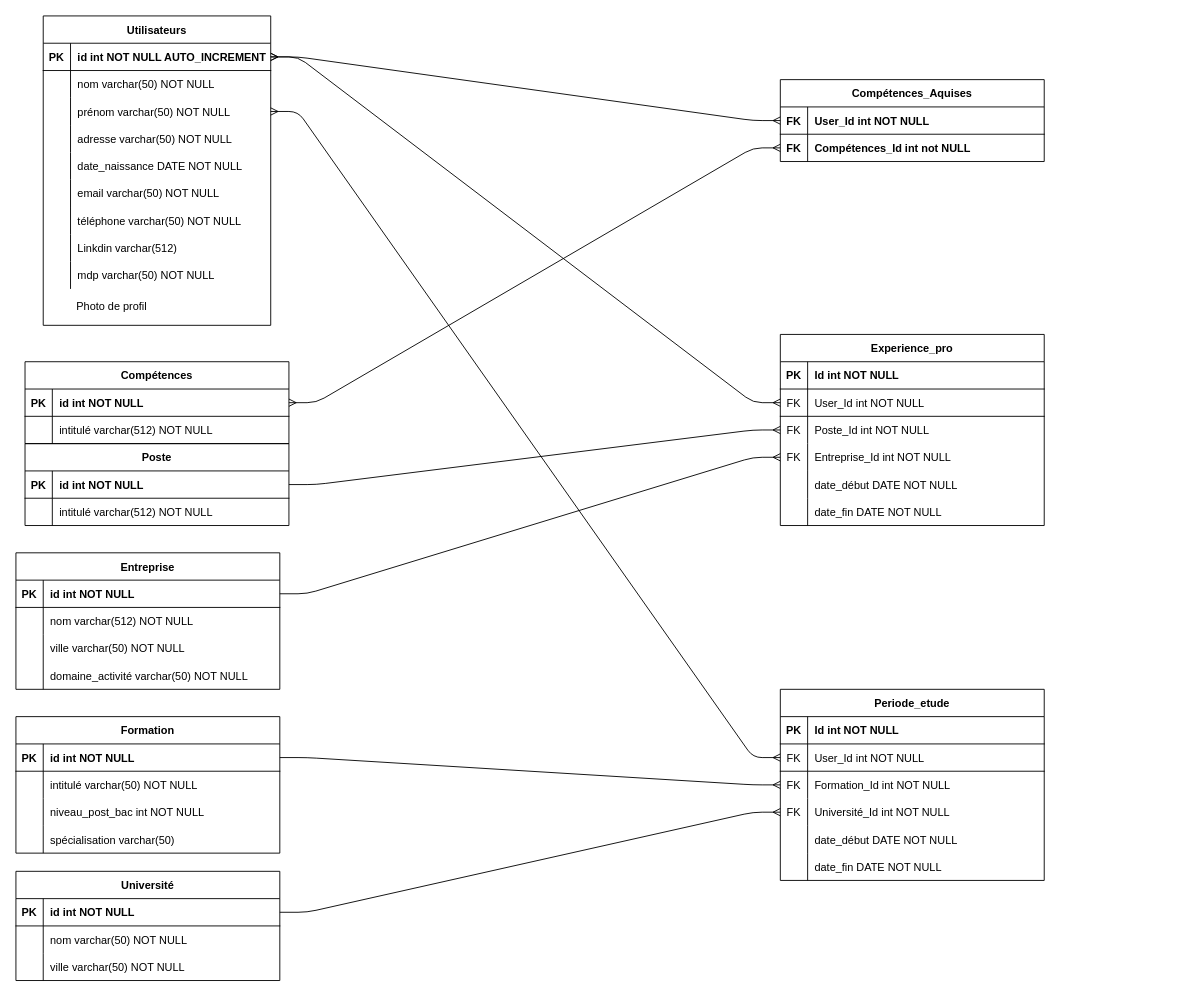
The draw.io diagram page "Page-1" (1 of 2) of Rendu/Table.drawio in Hendercraft/CVhub, before the edit. Source tidied: cells renumbered, new cells numbered last; positions are measured from the earlier drawing's top-left corner, leaving out a move shared by most shapes. Both pictures are drawn from the tidied source at 91%, with x=0, y=0 at pixel (15, 15).
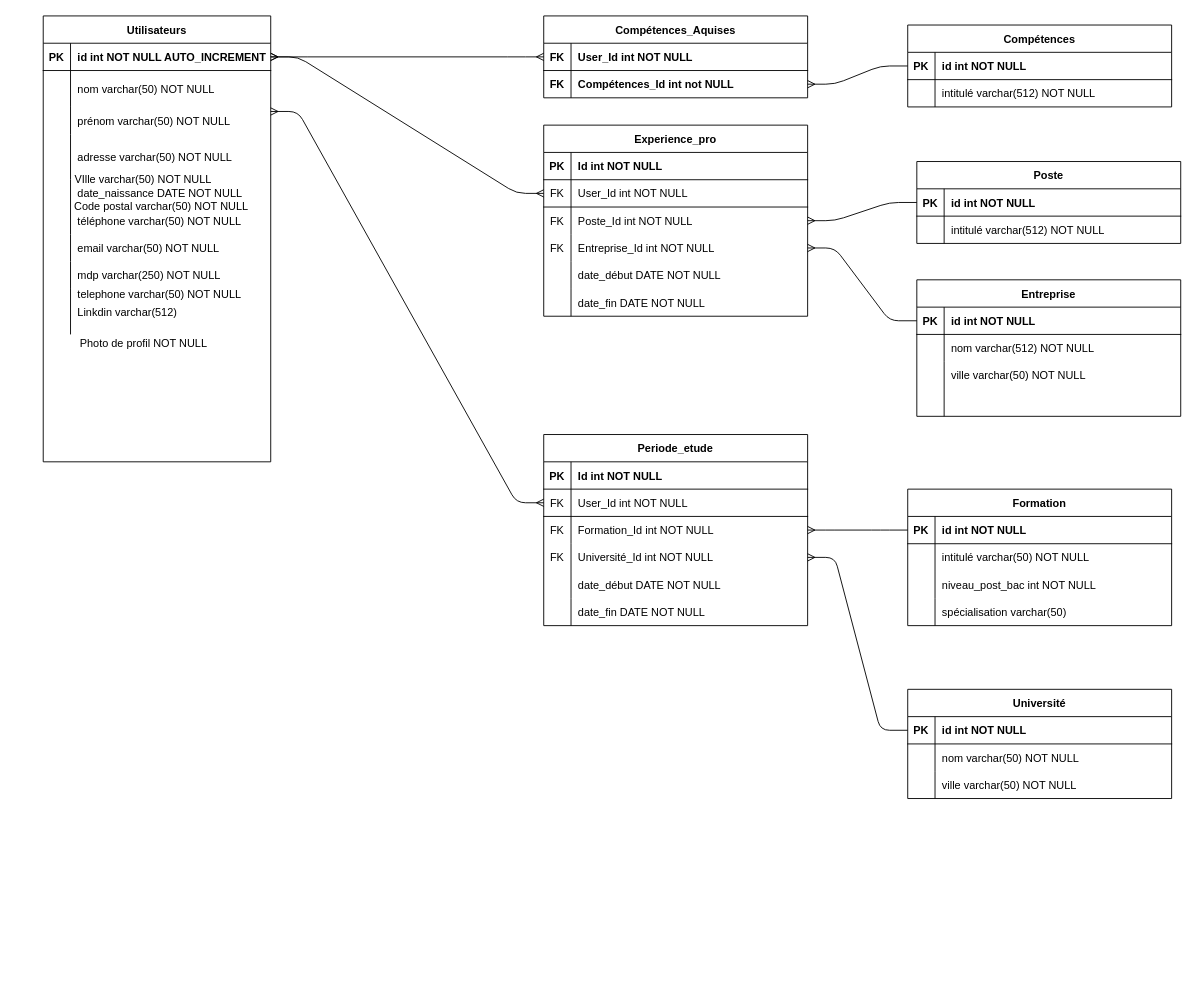
The same diagram, later.

The change refers to these unchanged cells:
```xml
<mxCell id="39" style="shape=partialRectangle;fillColor=none;top=0;left=0;bottom=1;right=0;points=[[0,0.5],[1,0.5]];portConstraint=eastwest;" parent="38" vertex="1">
  <mxGeometry y="30" width="290" height="30" as="geometry" />
</mxCell>
<mxCell id="49" style="shape=partialRectangle;fillColor=none;top=0;left=0;bottom=1;right=0;points=[[0,0.5],[1,0.5]];portConstraint=eastwest;" parent="48" vertex="1">
  <mxGeometry y="30" width="290" height="30" as="geometry" />
</mxCell>
<mxCell id="62" style="shape=partialRectangle;fillColor=none;top=0;left=0;bottom=1;right=0;points=[[0,0.5],[1,0.5]];portConstraint=eastwest;" parent="61" vertex="1">
  <mxGeometry y="30" width="290" height="30" as="geometry" />
</mxCell>
<mxCell id="71" style="shape=partialRectangle;fillColor=none;top=0;left=0;bottom=0;right=0;" parent="61" vertex="1">
  <mxGeometry y="120" width="290" height="30" as="geometry" />
</mxCell>
<mxCell id="75" style="shape=partialRectangle;fillColor=none;top=0;left=0;bottom=1;right=0;points=[[0,0.5],[1,0.5]];portConstraint=eastwest;" parent="74" vertex="1">
  <mxGeometry y="30" width="290" height="30" as="geometry" />
</mxCell>
<mxCell id="85" style="shape=partialRectangle;fillColor=none;top=0;left=0;bottom=0;right=0;points=[[0,0.5],[1,0.5]];portConstraint=eastwest;" parent="81" vertex="1">
  <mxGeometry y="60" width="290" height="30" as="geometry" />
</mxCell>
<mxCell id="95" style="shape=partialRectangle;fillColor=none;top=0;left=0;bottom=0;right=0;points=[[0,0.5],[1,0.5]];portConstraint=eastwest;" parent="88" vertex="1">
  <mxGeometry y="90" width="290" height="30" as="geometry" />
</mxCell>
<mxCell id="98" style="shape=partialRectangle;fillColor=none;top=0;left=0;bottom=0;right=0;points=[[0,0.5],[1,0.5]];portConstraint=eastwest;" parent="88" vertex="1">
  <mxGeometry y="120" width="290" height="30" as="geometry" />
</mxCell>
<mxCell id="114" style="shape=partialRectangle;fillColor=none;top=0;left=0;bottom=0;right=0;points=[[0,0.5],[1,0.5]];portConstraint=eastwest;" parent="107" vertex="1">
  <mxGeometry y="90" width="290" height="30" as="geometry" />
</mxCell>
<mxCell id="117" style="shape=partialRectangle;fillColor=none;top=0;left=0;bottom=0;right=0;points=[[0,0.5],[1,0.5]];portConstraint=eastwest;" parent="107" vertex="1">
  <mxGeometry y="120" width="290" height="30" as="geometry" />
</mxCell>
<mxCell id="127" style="shape=partialRectangle;fillColor=none;top=0;left=0;bottom=1;right=0;points=[[0,0.5],[1,0.5]];portConstraint=eastwest;" parent="126" vertex="1">
  <mxGeometry y="30" width="290" height="30" as="geometry" />
</mxCell>
```

The edit, as a diff of the source:
```diff
@@
-    <mxCell id="3" style="edgeStyle=entityRelationEdgeStyle;fontSize=12;html=1;endArrow=ERmany;exitX=1;exitY=0.5;exitDx=0;exitDy=0;entryX=0;entryY=0.5;entryDx=0;entryDy=0;" parent="1" edge="1" source="62" target="117">
-      <mxGeometry relative="1" as="geometry" />
-    </mxCell>
-    <mxCell id="4" style="edgeStyle=entityRelationEdgeStyle;fontSize=12;html=1;endArrow=ERmany;exitX=1;exitY=0.5;exitDx=0;exitDy=0;entryX=0;entryY=0.5;entryDx=0;entryDy=0;" parent="1" edge="1" source="75" target="114">
-      <mxGeometry relative="1" as="geometry" />
-    </mxCell>
@@
-    <mxCell id="6" style="edgeStyle=entityRelationEdgeStyle;fontSize=12;html=1;endArrow=ERmany;exitX=1;exitY=0.5;exitDx=0;exitDy=0;entryX=0;entryY=0.5;entryDx=0;entryDy=0;" parent="1" edge="1" source="39" target="98">
-      <mxGeometry relative="1" as="geometry" />
-    </mxCell>
-    <mxCell id="7" style="edgeStyle=entityRelationEdgeStyle;fontSize=12;html=1;endArrow=ERmany;exitX=1;exitY=0.5;exitDx=0;exitDy=0;entryX=0;entryY=0.5;entryDx=0;entryDy=0;" parent="1" edge="1" source="49" target="95">
-      <mxGeometry relative="1" as="geometry" />
-    </mxCell>
@@
-    <mxCell id="9" style="edgeStyle=entityRelationEdgeStyle;fontSize=12;html=1;endArrow=ERmany;startArrow=ERmany;exitX=1;exitY=0.5;exitDx=0;exitDy=0;entryX=0;entryY=0.5;entryDx=0;entryDy=0;" parent="1" edge="1" source="127" target="85">
-      <mxGeometry relative="1" as="geometry" />
-    </mxCell>
     <mxCell id="10" value="Utilisateurs" style="shape=table;startSize=30;childLayout=tableLayout;rowLines=0;fontStyle=1;align=center;strokeWidth=1;" parent="1" vertex="1">
-      <mxGeometry x="30" width="250" height="340" as="geometry" />
+      <mxGeometry x="30" width="250" height="490" as="geometry" />
     </mxCell>
@@
     <mxCell id="14" style="shape=partialRectangle;fillColor=none;top=0;left=0;right=0;bottom=0;" parent="10" vertex="1">
-      <mxGeometry y="60" width="250" height="30" as="geometry" />
+      <mxGeometry y="60" width="250" height="40" as="geometry" />
     </mxCell>
     <mxCell id="15" style="shape=partialRectangle;overflow=hidden;fillColor=none;top=0;left=0;bottom=0;right=0;" parent="14" vertex="1">
-      <mxGeometry width="30" height="30" as="geometry" />
+      <mxGeometry width="30" height="40" as="geometry" />
     </mxCell>
     <mxCell id="16" value="nom varchar(50) NOT NULL" style="shape=partialRectangle;overflow=hidden;fillColor=none;top=0;left=0;bottom=0;right=0;align=left;spacingLeft=6;" parent="14" vertex="1">
-      <mxGeometry x="30" width="220" height="30" as="geometry" />
+      <mxGeometry x="30" width="220" height="40" as="geometry" />
     </mxCell>
     <mxCell id="17" style="shape=partialRectangle;fillColor=none;top=0;left=0;right=0;bottom=0;" parent="10" vertex="1">
-      <mxGeometry y="90" width="250" height="30" as="geometry" />
+      <mxGeometry y="100" width="250" height="30" as="geometry" />
     </mxCell>
@@
     <mxCell id="20" style="shape=partialRectangle;fillColor=none;top=0;left=0;right=0;bottom=0;" parent="10" vertex="1">
-      <mxGeometry y="120" width="250" height="30" as="geometry" />
+      <mxGeometry y="130" width="250" height="50" as="geometry" />
     </mxCell>
     <mxCell id="21" style="shape=partialRectangle;overflow=hidden;fillColor=none;top=0;left=0;bottom=0;right=0;" parent="20" vertex="1">
-      <mxGeometry width="30" height="30" as="geometry" />
+      <mxGeometry width="30" height="50" as="geometry" />
     </mxCell>
     <mxCell id="22" value="adresse varchar(50) NOT NULL" style="shape=partialRectangle;overflow=hidden;fillColor=none;top=0;left=0;bottom=0;right=0;align=left;spacingLeft=6;" parent="20" vertex="1">
-      <mxGeometry x="30" width="220" height="30" as="geometry" />
+      <mxGeometry x="30" width="220" height="50" as="geometry" />
     </mxCell>
     <mxCell id="23" style="shape=partialRectangle;fillColor=none;top=0;left=0;right=0;bottom=0;" parent="10" vertex="1">
-      <mxGeometry y="150" width="250" height="30" as="geometry" />
+      <mxGeometry y="180" width="250" height="30" as="geometry" />
     </mxCell>
@@
+    <mxCell id="29" style="shape=partialRectangle;fillColor=none;top=0;left=0;right=0;bottom=0;" parent="10" vertex="1">
+      <mxGeometry y="210" width="250" height="30" as="geometry" />
+    </mxCell>
+    <mxCell id="30" style="shape=partialRectangle;overflow=hidden;fillColor=none;top=0;left=0;bottom=0;right=0;" parent="29" vertex="1">
+      <mxGeometry width="30" height="30" as="geometry" />
+    </mxCell>
+    <mxCell id="31" value="téléphone varchar(50) NOT NULL" style="shape=partialRectangle;overflow=hidden;fillColor=none;top=0;left=0;bottom=0;right=0;align=left;spacingLeft=6;" parent="29" vertex="1">
+      <mxGeometry x="30" width="220" height="30" as="geometry" />
+    </mxCell>
     <mxCell id="26" style="shape=partialRectangle;fillColor=none;top=0;left=0;right=0;bottom=0;" parent="10" vertex="1">
-      <mxGeometry y="180" width="250" height="30" as="geometry" />
+      <mxGeometry y="240" width="250" height="30" as="geometry" />
     </mxCell>
@@
-    <mxCell id="29" style="shape=partialRectangle;fillColor=none;top=0;left=0;right=0;bottom=0;" parent="10" vertex="1">
-      <mxGeometry y="210" width="250" height="30" as="geometry" />
-    </mxCell>
-    <mxCell id="30" style="shape=partialRectangle;overflow=hidden;fillColor=none;top=0;left=0;bottom=0;right=0;" parent="29" vertex="1">
-      <mxGeometry width="30" height="30" as="geometry" />
-    </mxCell>
-    <mxCell id="31" value="téléphone varchar(50) NOT NULL" style="shape=partialRectangle;overflow=hidden;fillColor=none;top=0;left=0;bottom=0;right=0;align=left;spacingLeft=6;" parent="29" vertex="1">
-      <mxGeometry x="30" width="220" height="30" as="geometry" />
-    </mxCell>
+    <mxCell id="35" style="shape=partialRectangle;fillColor=none;top=0;left=0;right=0;bottom=0;" parent="10" vertex="1">
+      <mxGeometry y="270" width="250" height="30" as="geometry" />
+    </mxCell>
+    <mxCell id="36" style="shape=partialRectangle;overflow=hidden;fillColor=none;top=0;left=0;bottom=0;right=0;" parent="35" vertex="1">
+      <mxGeometry width="30" height="30" as="geometry" />
+    </mxCell>
+    <mxCell id="37" value="mdp varchar(250) NOT NULL" style="shape=partialRectangle;overflow=hidden;fillColor=none;top=0;left=0;bottom=0;right=0;align=left;spacingLeft=6;" parent="35" vertex="1">
+      <mxGeometry x="30" width="220" height="30" as="geometry" />
+    </mxCell>
     <mxCell id="32" style="shape=partialRectangle;fillColor=none;top=0;left=0;right=0;bottom=0;" parent="10" vertex="1">
-      <mxGeometry y="240" width="250" height="30" as="geometry" />
+      <mxGeometry y="300" width="250" height="50" as="geometry" />
     </mxCell>
     <mxCell id="33" style="shape=partialRectangle;overflow=hidden;fillColor=none;top=0;left=0;bottom=0;right=0;" parent="32" vertex="1">
-      <mxGeometry width="30" height="30" as="geometry" />
+      <mxGeometry width="30" height="50" as="geometry" />
     </mxCell>
     <mxCell id="34" value="Linkdin varchar(512) " style="shape=partialRectangle;overflow=hidden;fillColor=none;top=0;left=0;bottom=0;right=0;align=left;spacingLeft=6;" parent="32" vertex="1">
-      <mxGeometry x="30" width="220" height="30" as="geometry" />
+      <mxGeometry x="30" width="220" height="50" as="geometry" />
     </mxCell>
-    <mxCell id="35" style="shape=partialRectangle;fillColor=none;top=0;left=0;right=0;bottom=0;" parent="10" vertex="1">
-      <mxGeometry y="270" width="250" height="30" as="geometry" />
-    </mxCell>
-    <mxCell id="36" style="shape=partialRectangle;overflow=hidden;fillColor=none;top=0;left=0;bottom=0;right=0;" parent="35" vertex="1">
-      <mxGeometry width="30" height="30" as="geometry" />
-    </mxCell>
-    <mxCell id="37" value="mdp varchar(50) NOT NULL" style="shape=partialRectangle;overflow=hidden;fillColor=none;top=0;left=0;bottom=0;right=0;align=left;spacingLeft=6;" parent="35" vertex="1">
-      <mxGeometry x="30" width="220" height="30" as="geometry" />
-    </mxCell>
     <mxCell id="38" value="Université" style="shape=table;startSize=30;childLayout=tableLayout;rowLines=0;fontStyle=1;align=center;strokeWidth=1;" parent="1" vertex="1">
-      <mxGeometry y="940" width="290" height="120" as="geometry" />
+      <mxGeometry x="980" y="740" width="290" height="120" as="geometry" />
     </mxCell>
@@
     <mxCell id="48" value="Formation" style="shape=table;startSize=30;childLayout=tableLayout;rowLines=0;fontStyle=1;align=center;strokeWidth=1;" parent="1" vertex="1">
-      <mxGeometry y="770" width="290" height="150" as="geometry" />
+      <mxGeometry x="980" y="520" width="290" height="150" as="geometry" />
     </mxCell>
@@
     <mxCell id="61" value="Entreprise" style="shape=table;startSize=30;childLayout=tableLayout;rowLines=0;fontStyle=1;align=center;strokeWidth=1;" parent="1" vertex="1">
-      <mxGeometry y="590" width="290" height="150" as="geometry" />
+      <mxGeometry x="990" y="290" width="290" height="150" as="geometry" />
     </mxCell>
@@
-    <mxCell id="73" value="domaine_activité varchar(50) NOT NULL" style="shape=partialRectangle;fillColor=none;top=0;left=0;bottom=0;right=0;align=left;spacingLeft=6;overflow=hidden;" parent="71" vertex="1">
+    <mxCell id="73" style="shape=partialRectangle;fillColor=none;top=0;left=0;bottom=0;right=0;align=left;spacingLeft=6;overflow=hidden;" parent="71" vertex="1">
       <mxGeometry x="30" width="260" height="30" as="geometry" />
     </mxCell>
     <mxCell id="74" value="Poste" style="shape=table;startSize=30;childLayout=tableLayout;rowLines=0;fontStyle=1;align=center;strokeWidth=1;" parent="1" vertex="1">
-      <mxGeometry x="10" y="470" width="290" height="90" as="geometry" />
+      <mxGeometry x="990" y="160" width="290" height="90" as="geometry" />
     </mxCell>
@@
     <mxCell id="81" value="Compétences_Aquises" style="shape=table;startSize=30;childLayout=tableLayout;rowLines=0;fontStyle=1;align=center;strokeWidth=1;" parent="1" vertex="1">
-      <mxGeometry x="840" y="70" width="290" height="90" as="geometry" />
+      <mxGeometry x="580" width="290" height="90" as="geometry" />
     </mxCell>
@@
     <mxCell id="88" value="Periode_etude" style="shape=table;startSize=30;childLayout=tableLayout;rowLines=0;fontStyle=1;align=center;strokeWidth=1;" parent="1" vertex="1">
-      <mxGeometry x="840" y="740" width="290" height="210" as="geometry" />
+      <mxGeometry x="580" y="460" width="290" height="210" as="geometry" />
     </mxCell>
@@
     <mxCell id="107" value="Experience_pro" style="shape=table;startSize=30;childLayout=tableLayout;rowLines=0;fontStyle=1;align=center;strokeWidth=1;" parent="1" vertex="1">
-      <mxGeometry x="840" y="350" width="290" height="210" as="geometry" />
+      <mxGeometry x="580" y="120" width="290" height="210" as="geometry" />
     </mxCell>
@@
     <mxCell id="126" value="Compétences" style="shape=table;startSize=30;childLayout=tableLayout;rowLines=0;fontStyle=1;align=center;strokeWidth=1;" parent="1" vertex="1">
-      <mxGeometry x="10" y="380" width="290" height="90" as="geometry" />
+      <mxGeometry x="980" y="10" width="290" height="90" as="geometry" />
     </mxCell>
@@
-    <mxCell id="133" value="Photo de profil" style="text;html=1;align=center;verticalAlign=middle;" parent="1" vertex="1">
-      <mxGeometry x="60" y="310" width="90" height="20" as="geometry" />
+    <mxCell id="133" value="Photo de profil NOT NULL" style="text;html=1;align=center;verticalAlign=middle;" parent="1" vertex="1">
+      <mxGeometry x="60" y="350" width="160" height="20" as="geometry" />
     </mxCell>
+    <mxCell id="9" style="edgeStyle=entityRelationEdgeStyle;fontSize=12;html=1;endArrow=ERmany;exitX=0;exitY=0.5;exitDx=0;exitDy=0;entryX=1;entryY=0.5;entryDx=0;entryDy=0;" parent="1" edge="1" source="127" target="85">
+      <mxGeometry relative="1" as="geometry" />
+    </mxCell>
+    <mxCell id="4" style="edgeStyle=entityRelationEdgeStyle;fontSize=12;html=1;endArrow=ERmany;exitX=0;exitY=0.5;exitDx=0;exitDy=0;entryX=1;entryY=0.5;entryDx=0;entryDy=0;" parent="1" edge="1" source="75" target="114">
+      <mxGeometry relative="1" as="geometry" />
+    </mxCell>
+    <mxCell id="3" style="edgeStyle=entityRelationEdgeStyle;fontSize=12;html=1;endArrow=ERmany;exitX=0;exitY=0.5;exitDx=0;exitDy=0;entryX=1;entryY=0.5;entryDx=0;entryDy=0;" parent="1" edge="1" source="62" target="117">
+      <mxGeometry relative="1" as="geometry" />
+    </mxCell>
+    <mxCell id="7" style="edgeStyle=entityRelationEdgeStyle;fontSize=12;html=1;endArrow=ERmany;entryX=1;entryY=0.5;entryDx=0;entryDy=0;exitX=0;exitY=0.5;exitDx=0;exitDy=0;" parent="1" edge="1" source="49" target="95">
+      <mxGeometry relative="1" as="geometry" />
+    </mxCell>
+    <mxCell id="6" style="edgeStyle=entityRelationEdgeStyle;fontSize=12;html=1;endArrow=ERmany;exitX=0;exitY=0.5;exitDx=0;exitDy=0;entryX=1;entryY=0.5;entryDx=0;entryDy=0;" parent="1" edge="1" source="39" target="98">
+      <mxGeometry relative="1" as="geometry" />
+    </mxCell>
+    <mxCell id="134" value="VIlle varchar(50) NOT NULL" style="text;html=1;strokeColor=none;fillColor=none;align=center;verticalAlign=middle;whiteSpace=wrap;rounded=0;" parent="1" vertex="1">
+      <mxGeometry x="30" y="170" width="220" height="20" as="geometry" />
+    </mxCell>
+    <mxCell id="135" value="Code postal varchar(50) NOT NULL" style="text;html=1;strokeColor=none;fillColor=none;align=center;verticalAlign=middle;whiteSpace=wrap;rounded=0;" parent="1" vertex="1">
+      <mxGeometry x="50" y="200" width="220" height="20" as="geometry" />
+    </mxCell>
+    <mxCell id="136" style="shape=partialRectangle;fillColor=none;top=0;left=0;right=0;bottom=0;" parent="1" vertex="1">
+      <mxGeometry x="30" y="280" width="250" height="50" as="geometry" />
+    </mxCell>
+    <mxCell id="137" style="shape=partialRectangle;overflow=hidden;fillColor=none;top=0;left=0;bottom=0;right=0;" parent="136" vertex="1">
+      <mxGeometry width="30" height="50" as="geometry" />
+    </mxCell>
+    <mxCell id="138" value="telephone varchar(50) NOT NULL" style="shape=partialRectangle;overflow=hidden;fillColor=none;top=0;left=0;bottom=0;right=0;align=left;spacingLeft=6;" parent="136" vertex="1">
+      <mxGeometry x="30" width="220" height="50" as="geometry" />
+    </mxCell>
```
